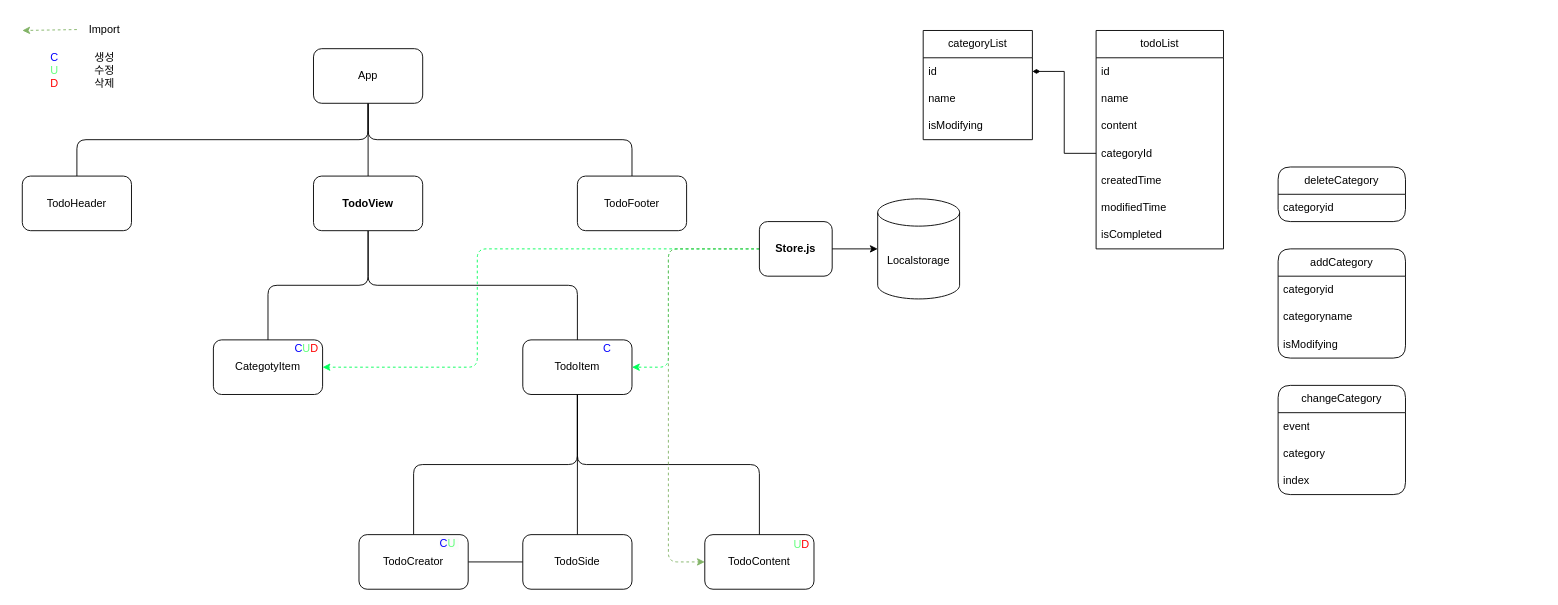
Earlier version of the draw.io diagram todo-list.drawio (jbkim4040/todo_original). Source tidied: cells renumbered, new cells numbered last; positions are measured from the earlier drawing's top-left corner, leaving out a move shared by most shapes. Both pictures are drawn from the tidied source at 91%, with x=0, y=0 at pixel (22, 15).
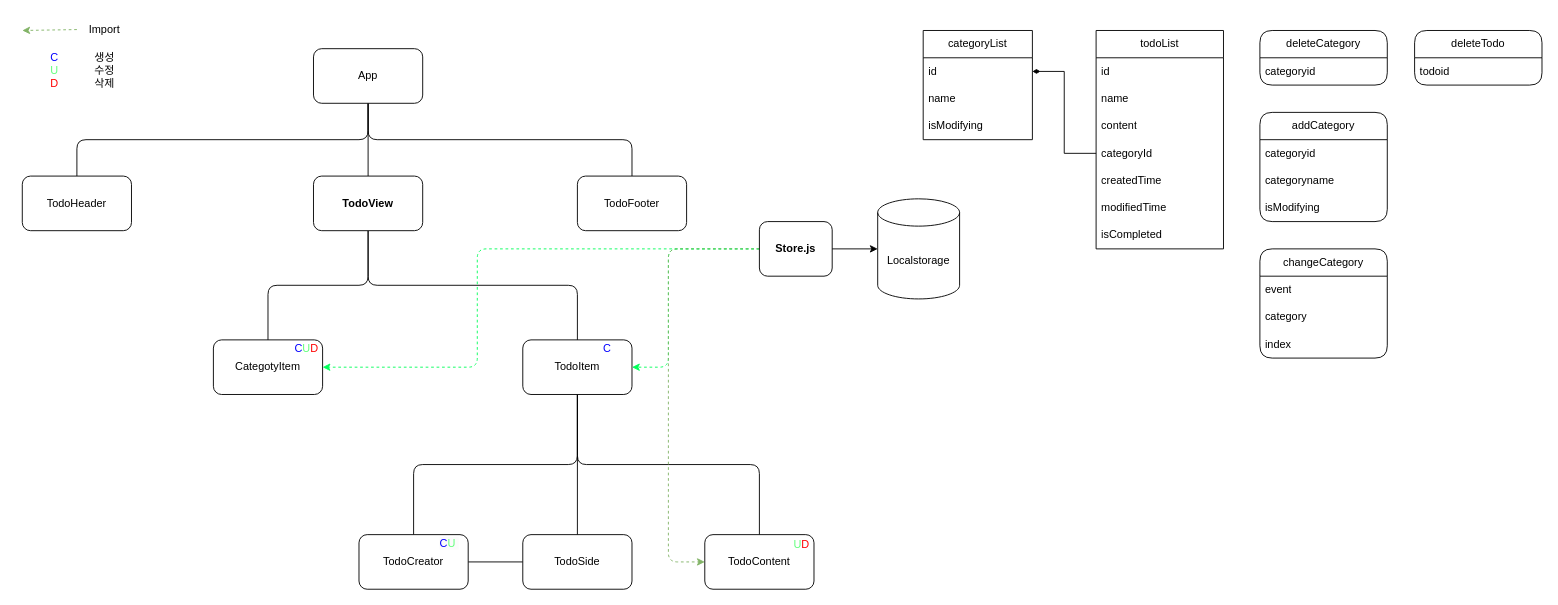
Above is the later version.

Diff of the diagram source:
```diff
@@
     <mxCell id="48" value="deleteCategory" style="swimlane;fontStyle=0;horizontal=1;startSize=30;whiteSpace=wrap;html=1;rounded=1;" parent="1" vertex="1">
-      <mxGeometry x="1380" y="166" width="140" height="60" as="geometry" />
+      <mxGeometry x="1360" y="16" width="140" height="60" as="geometry" />
     </mxCell>
@@
     <mxCell id="50" value="addCategory" style="swimlane;fontStyle=0;horizontal=1;startSize=30;whiteSpace=wrap;html=1;rounded=1;" parent="1" vertex="1">
-      <mxGeometry x="1380" y="256" width="140" height="120" as="geometry" />
+      <mxGeometry x="1360" y="106" width="140" height="120" as="geometry" />
     </mxCell>
@@
     <mxCell id="54" value="changeCategory" style="swimlane;fontStyle=0;horizontal=1;startSize=30;whiteSpace=wrap;html=1;rounded=1;" parent="1" vertex="1">
-      <mxGeometry x="1380" y="406" width="140" height="120" as="geometry" />
+      <mxGeometry x="1360" y="256" width="140" height="120" as="geometry" />
     </mxCell>
@@
+    <mxCell id="58" value="deleteTodo" style="swimlane;fontStyle=0;horizontal=1;startSize=30;whiteSpace=wrap;html=1;rounded=1;" parent="1" vertex="1">
+      <mxGeometry x="1530" y="16" width="140" height="60" as="geometry" />
+    </mxCell>
+    <mxCell id="59" value="todoid" style="text;strokeColor=none;fillColor=none;align=left;verticalAlign=middle;spacingLeft=4;spacingRight=4;overflow=hidden;whiteSpace=wrap;html=1;rounded=1;" parent="58" vertex="1">
+      <mxGeometry y="30" width="140" height="30" as="geometry" />
+    </mxCell>
```
